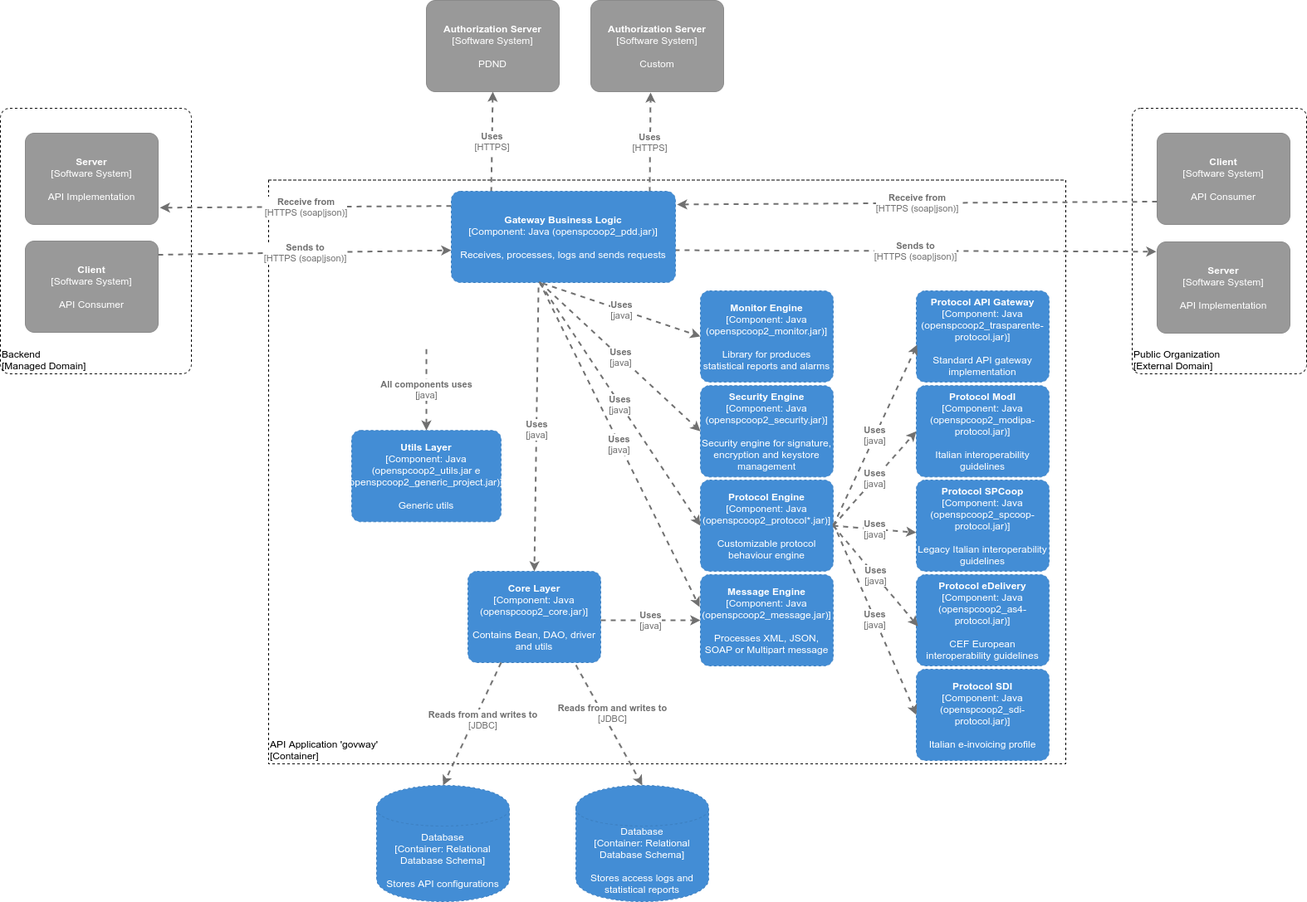
Above: resources/doc/src/c4_architecture/img/c4_architecture-L3-govway.png in link-it/govway (draw.io), before the change. Source tidied: cells renumbered, new cells last; positions are measured from the earlier drawing's top-left corner, leaving out a move shared by most shapes.
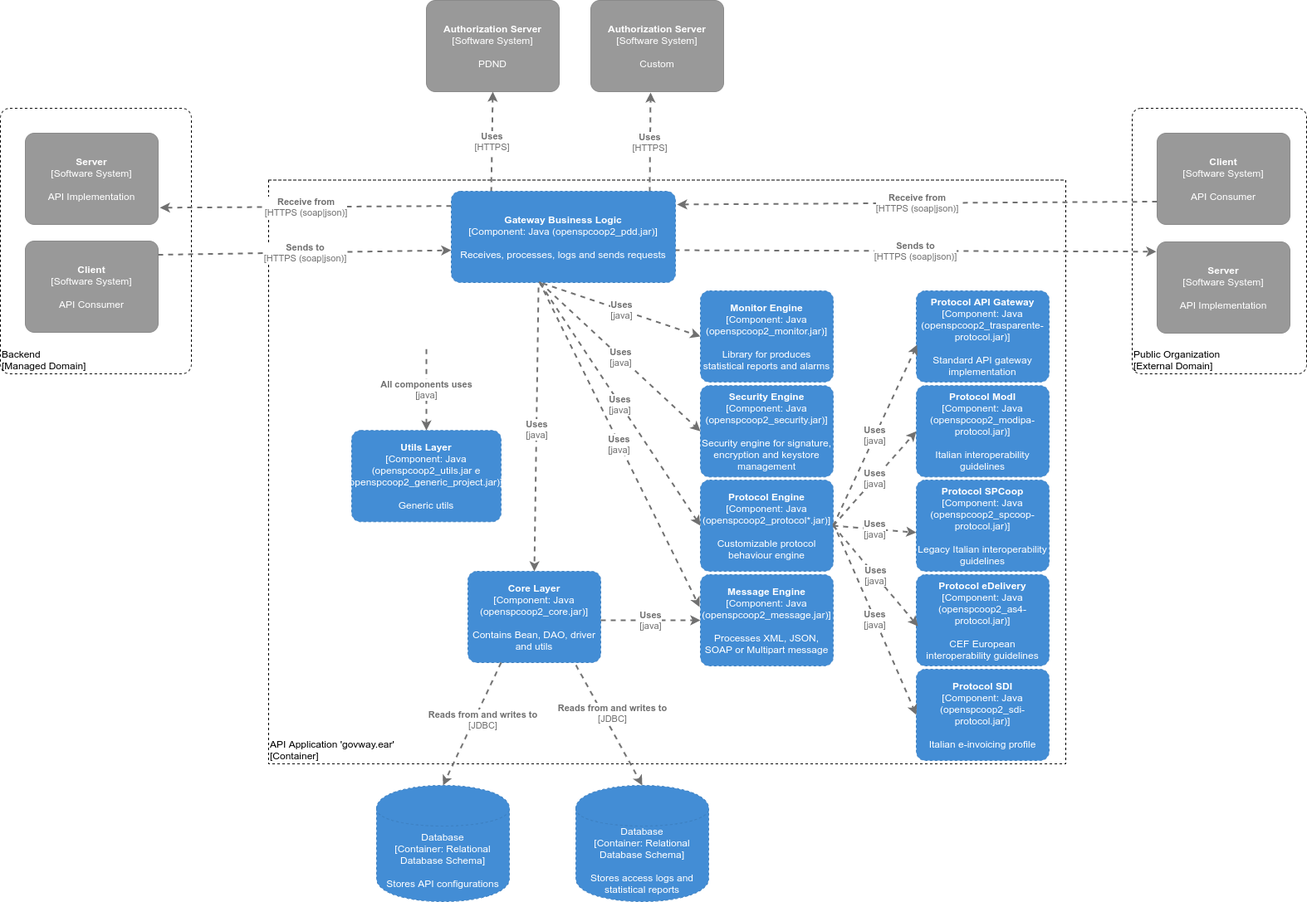
The same diagram one commit later.

What changed in the source:
```diff
@@ -2,7 +2,7 @@
   <root>
     <mxCell id="0" />
     <mxCell id="1" parent="0" />
-    <object id="2" label="&lt;div style=&quot;text-align: left&quot;&gt;%c4Name%&lt;/div&gt;&lt;div style=&quot;text-align: left&quot;&gt;[%c4Application%]&lt;/div&gt;" c4Application="Container" c4Name="API Application 'govway'" c4Type="ExecutionEnvironment" placeholders="1">
+    <object id="2" label="&lt;div style=&quot;text-align: left&quot;&gt;%c4Name%&lt;/div&gt;&lt;div style=&quot;text-align: left&quot;&gt;[%c4Application%]&lt;/div&gt;" c4Application="Container" c4Name="API Application 'govway.ear'" c4Type="ExecutionEnvironment" placeholders="1">
       <mxCell style="rounded=0;whiteSpace=wrap;html=1;labelBackgroundColor=none;fillColor=#ffffff;fontColor=#000000;align=left;arcSize=5;strokeColor=#000000;verticalAlign=bottom;metaData={&quot;c4Type&quot;:{&quot;editable&quot;:false}};dashed=1;" parent="1" vertex="1">
         <mxGeometry x="323" y="216.5" width="960" height="703.5" as="geometry" />
       </mxCell>
```
